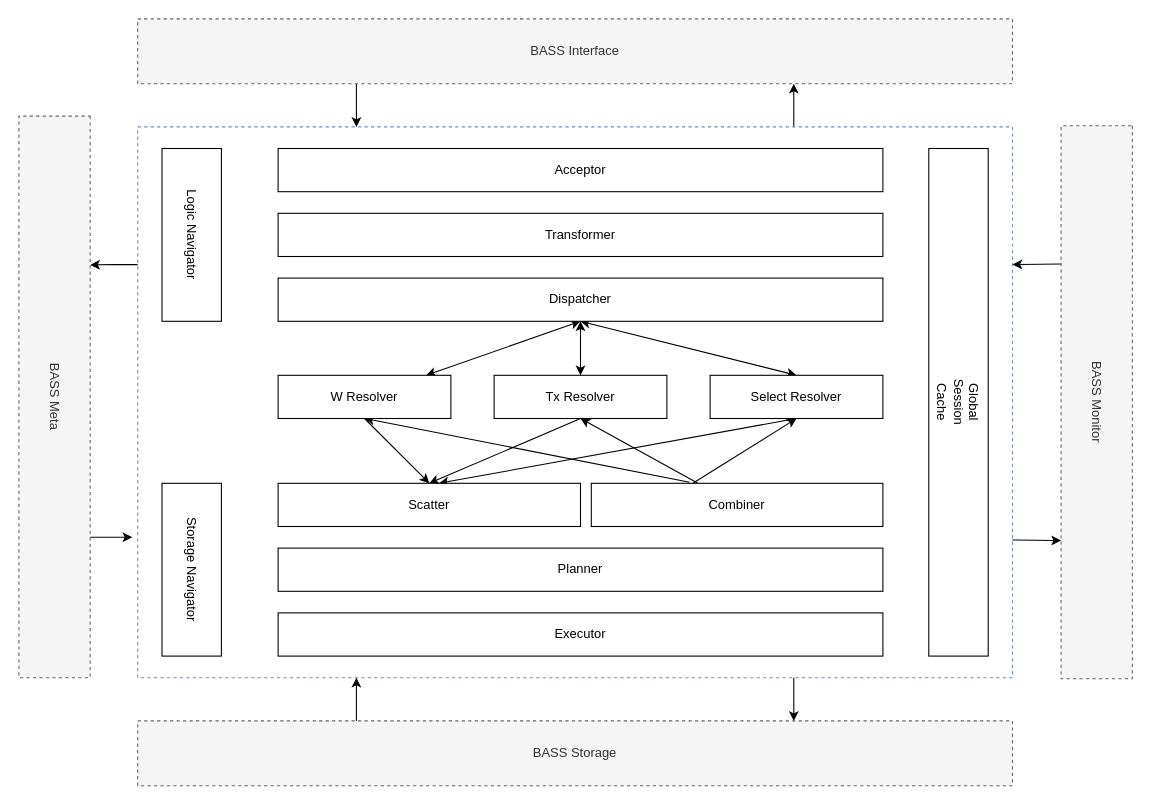
zhongweng/zimbook keeps this draw.io diagram as bass-engine.drawio. Above is the earlier version. Source tidied: cells renumbered, new cells numbered last; positions are measured from the earlier drawing's top-left corner, leaving out a move shared by most shapes. Both pictures are drawn from the tidied source at 108%, with x=0, y=0 at pixel (-227, 18).
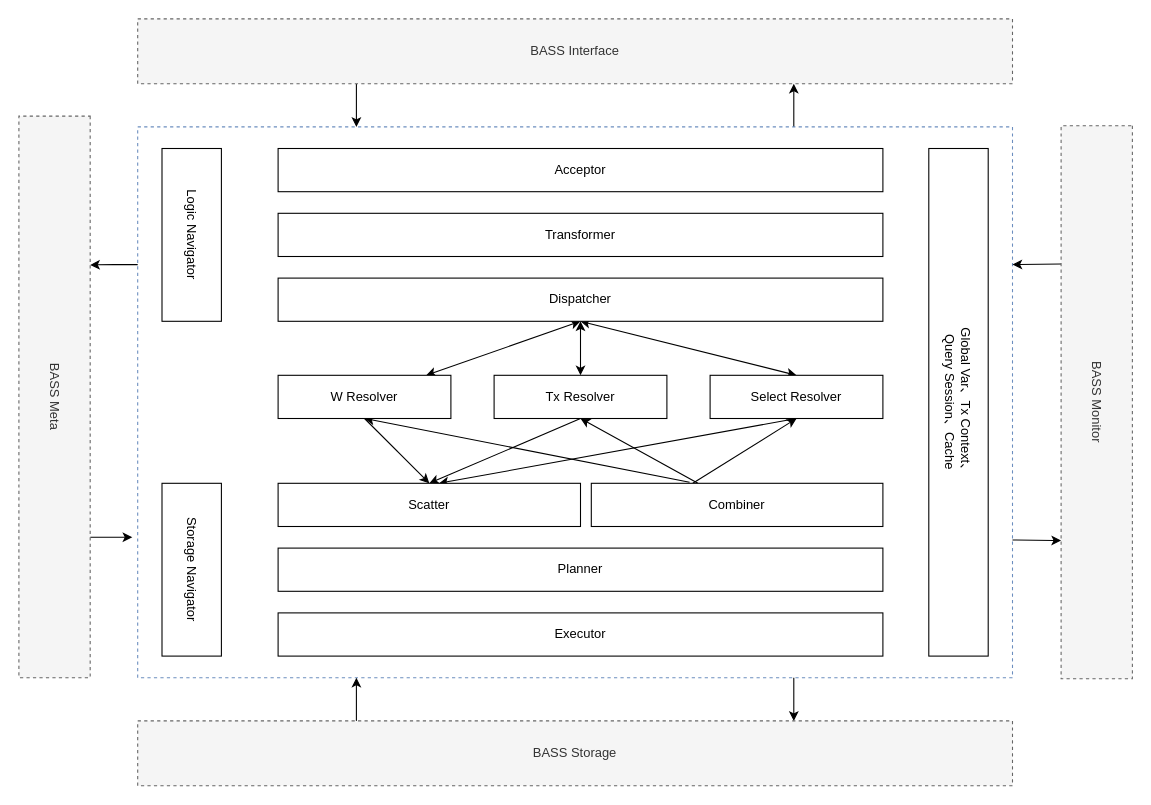
After the change.

What changed in the source:
```diff
@@
-    <mxCell id="32" value="Global&lt;br&gt;Session&lt;br&gt;Cache" style="rounded=0;whiteSpace=wrap;html=1;rotation=90;" parent="1" vertex="1">
+    <mxCell id="32" value="Global Var、Tx Context、&lt;br&gt;Query Session、Cache" style="rounded=0;whiteSpace=wrap;html=1;rotation=90;" parent="1" vertex="1">
       <mxGeometry x="862" y="327.5" width="470" height="55" as="geometry" />
     </mxCell>
```
